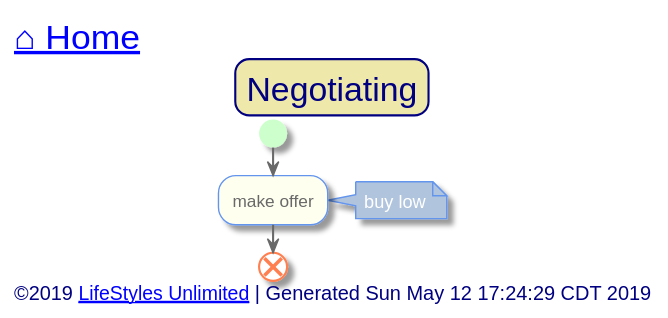
Above: out/src/single-family/negotiating.svg in toddmo/lifestylesunlimited (PlantUML), before the change.
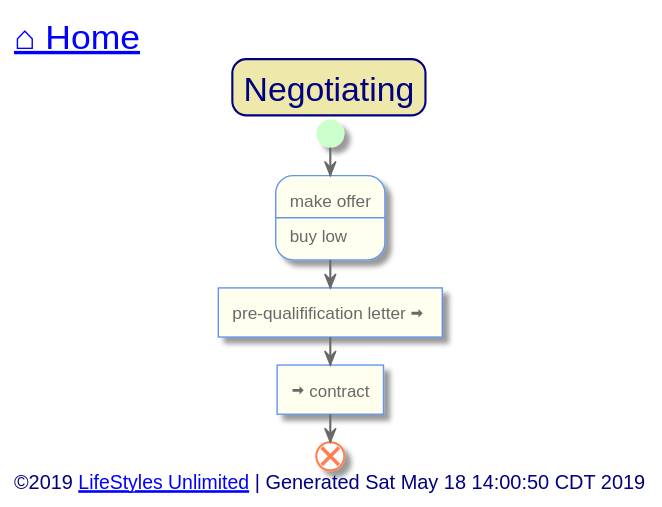
The same file after the commit.

Diff of the diagram source:
```diff
@@ -82,14 +82,20 @@
 	Title Negotiating
 
 	start
-		:make offer;
-		note right: buy low
+
+	:make offer
+	----
+	buy low;
+
+	:pre-qualifification letter <&arrow-thick-right> ]
+
+	:<&arrow-thick-right> contract]
 
 	end
 
 
 left footer
-	<font size=14>©2019 [[http://www.lifestylesunlimited.com LifeStyles Unlimited]] | Generated Sun May 12 17:24:29 CDT 2019</font>
+	<font size=14>©2019 [[http://www.lifestylesunlimited.com LifeStyles Unlimited]] | Generated Sat May 18 14:00:50 CDT 2019</font>
 endfooter
 
 
```
